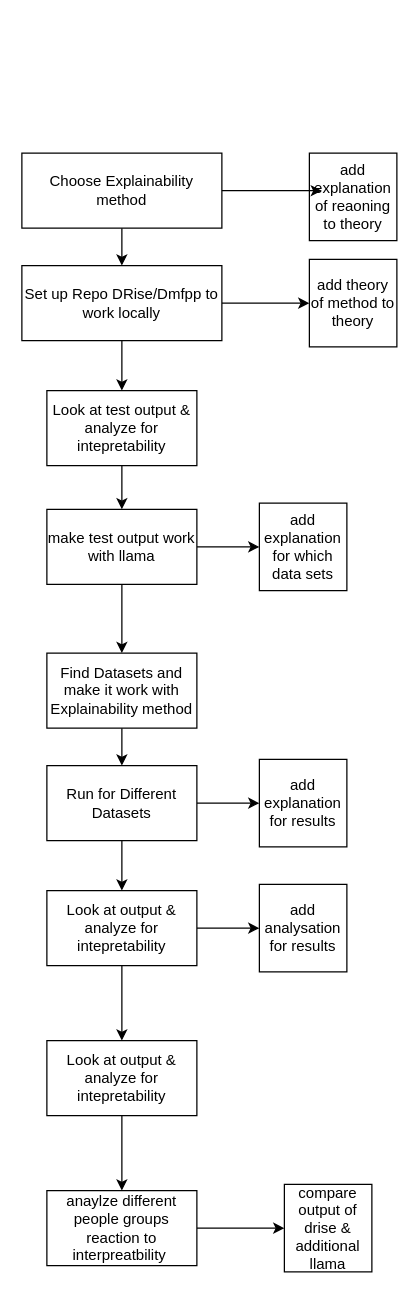
Earlier version of the draw.io diagram diagrams/methods.drawio (rieselin/PA_Trustworthy_AI). Source tidied: cells renumbered, new cells numbered last; positions are measured from the earlier drawing's top-left corner, leaving out a move shared by most shapes. Both pictures are drawn from the tidied source at 125%, with x=0, y=0 at pixel (21, 152).
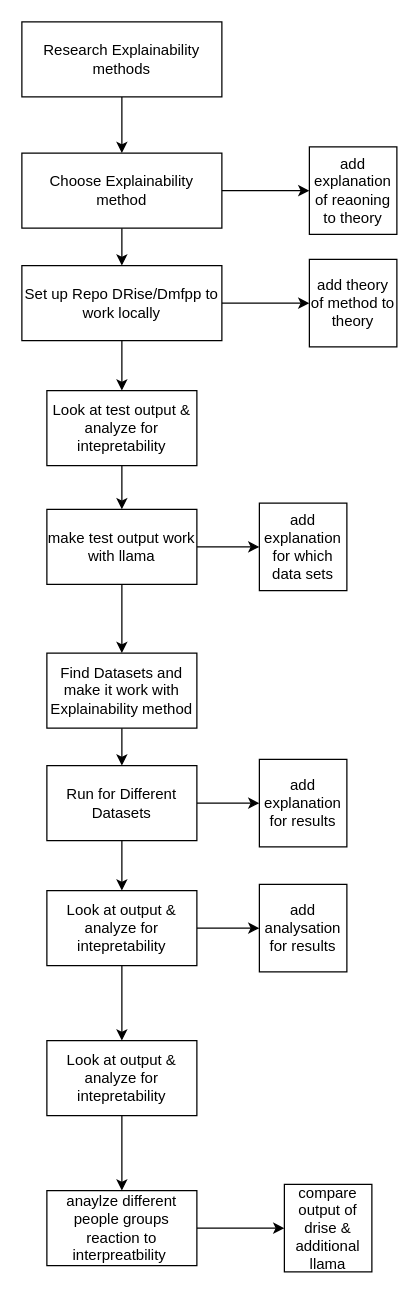
Above is the later version.

Unchanged cells that the change refers to:
```xml
<mxCell id="13" value="Choose Explainability method" style="rounded=0;whiteSpace=wrap;html=1;" parent="1" vertex="1">
  <mxGeometry width="160" height="60" as="geometry" />
</mxCell>
```

Change to the diagram source:
```diff
@@
     <mxCell id="14" value="add explanation of reaoning to theory" style="whiteSpace=wrap;html=1;" parent="1" vertex="1">
-      <mxGeometry x="230" width="70" height="70" as="geometry" />
+      <mxGeometry x="230" y="-5" width="70" height="70" as="geometry" />
     </mxCell>
@@
-    <mxCell id="30" style="edgeStyle=orthogonalEdgeStyle;rounded=0;jettySize=auto;html=1;exitX=1;exitY=0.5;exitDx=0;exitDy=0;entryX=0.143;entryY=0.429;entryDx=0;entryDy=0;entryPerimeter=0;" parent="1" edge="1" source="13" target="14">
+    <mxCell id="30" style="edgeStyle=orthogonalEdgeStyle;rounded=0;jettySize=auto;html=1;exitX=1;exitY=0.5;exitDx=0;exitDy=0;entryX=0;entryY=0.5;entryDx=0;entryDy=0;" parent="1" edge="1" source="13" target="14">
       <mxGeometry relative="1" as="geometry" />
     </mxCell>
+    <mxCell id="31" style="edgeStyle=orthogonalEdgeStyle;rounded=0;jettySize=auto;html=1;exitX=0.5;exitY=1;exitDx=0;exitDy=0;entryX=0.5;entryY=0;entryDx=0;entryDy=0;" parent="1" edge="1" source="32" target="13">
+      <mxGeometry relative="1" as="geometry" />
+    </mxCell>
+    <mxCell id="32" value="Research Explainability methods" style="rounded=0;whiteSpace=wrap;html=1;" parent="1" vertex="1">
+      <mxGeometry y="-105" width="160" height="60" as="geometry" />
+    </mxCell>
```
